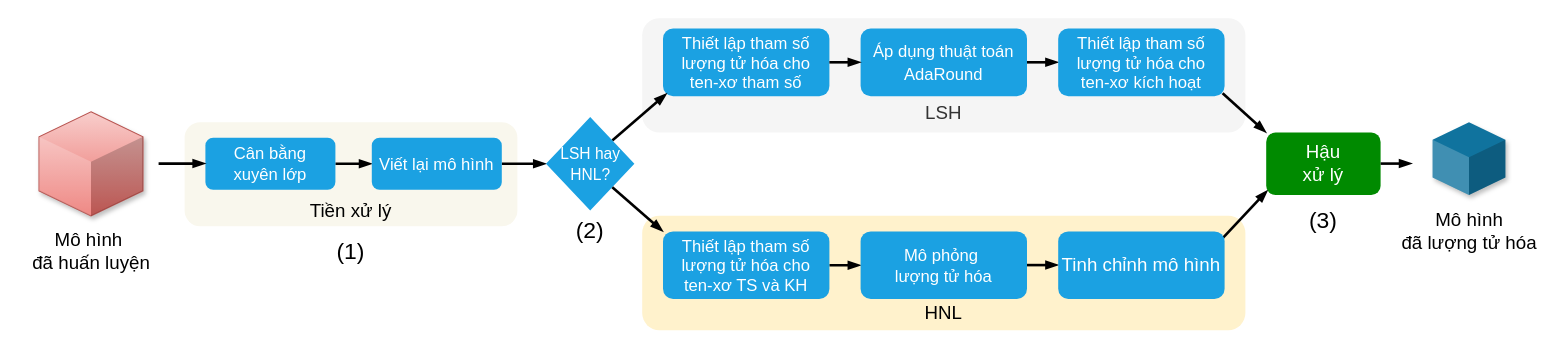
The draw.io diagram page "Page-2" (2 of 2) of Untitled Diagram.drawio in hoangtv2000/document-collection, before the edit. Source tidied: cells renumbered, new cells numbered last; positions are measured from the earlier drawing's top-left corner, leaving out a move shared by most shapes. Both pictures are drawn from the tidied source at 104%, with x=0, y=0 at pixel (18, 18).
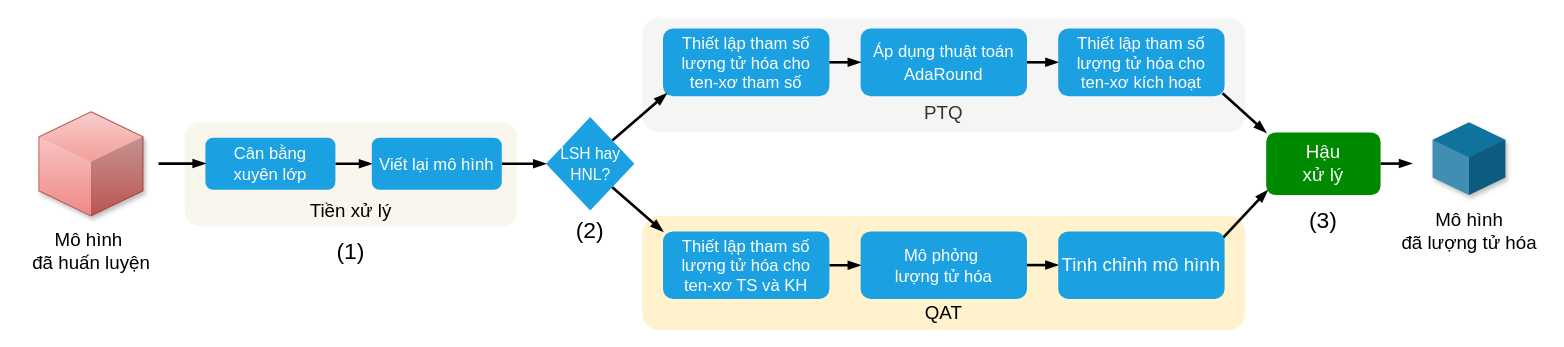
The same page after the edit.

Diff of the diagram source:
```diff
@@
-    <mxCell id="2" value="&lt;div&gt;&lt;br&gt;&lt;/div&gt;&lt;div&gt;&lt;br&gt;&lt;/div&gt;&lt;div&gt;&lt;br&gt;&lt;/div&gt;&lt;div&gt;&lt;br&gt;&lt;/div&gt;&lt;div&gt;&lt;br&gt;&lt;/div&gt;&lt;div&gt;&lt;font style=&quot;font-size: 18px;&quot; face=&quot;Helvetica&quot;&gt;LSH&lt;/font&gt;&lt;br&gt;&lt;/div&gt;" style="rounded=1;whiteSpace=wrap;html=1;fillColor=#f5f5f5;strokeColor=none;fontColor=#333333;" parent="1" vertex="1">
+    <mxCell id="2" value="&lt;div&gt;&lt;br&gt;&lt;/div&gt;&lt;div&gt;&lt;br&gt;&lt;/div&gt;&lt;div&gt;&lt;br&gt;&lt;/div&gt;&lt;div&gt;&lt;br&gt;&lt;/div&gt;&lt;div&gt;&lt;br&gt;&lt;/div&gt;&lt;div&gt;&lt;span style=&quot;font-size: 18px;&quot;&gt;PTQ&lt;/span&gt;&lt;/div&gt;" style="rounded=1;whiteSpace=wrap;html=1;fillColor=#f5f5f5;strokeColor=none;fontColor=#333333;" parent="1" vertex="1">
       <mxGeometry x="600" width="580" height="110" as="geometry" />
     </mxCell>
@@
-    <mxCell id="8" value="&lt;div&gt;&lt;br&gt;&lt;/div&gt;&lt;div&gt;&lt;br&gt;&lt;/div&gt;&lt;div&gt;&lt;br&gt;&lt;/div&gt;&lt;div&gt;&lt;br&gt;&lt;/div&gt;&lt;div style=&quot;font-size: 17px;&quot;&gt;&lt;br&gt;&lt;/div&gt;&lt;div&gt;&lt;span style=&quot;font-size: 18px;&quot;&gt;HNL&lt;/span&gt;&lt;/div&gt;" style="rounded=1;whiteSpace=wrap;html=1;fillColor=#fff2cc;strokeColor=none;" parent="1" vertex="1">
+    <mxCell id="8" value="&lt;div&gt;&lt;br&gt;&lt;/div&gt;&lt;div&gt;&lt;br&gt;&lt;/div&gt;&lt;div&gt;&lt;br&gt;&lt;/div&gt;&lt;div&gt;&lt;br&gt;&lt;/div&gt;&lt;div style=&quot;font-size: 17px;&quot;&gt;&lt;br&gt;&lt;/div&gt;&lt;div&gt;&lt;span style=&quot;font-size: 18px;&quot;&gt;QAT&lt;/span&gt;&lt;/div&gt;" style="rounded=1;whiteSpace=wrap;html=1;fillColor=#fff2cc;strokeColor=none;" parent="1" vertex="1">
       <mxGeometry x="600" y="190" width="580" height="110" as="geometry" />
     </mxCell>
```
